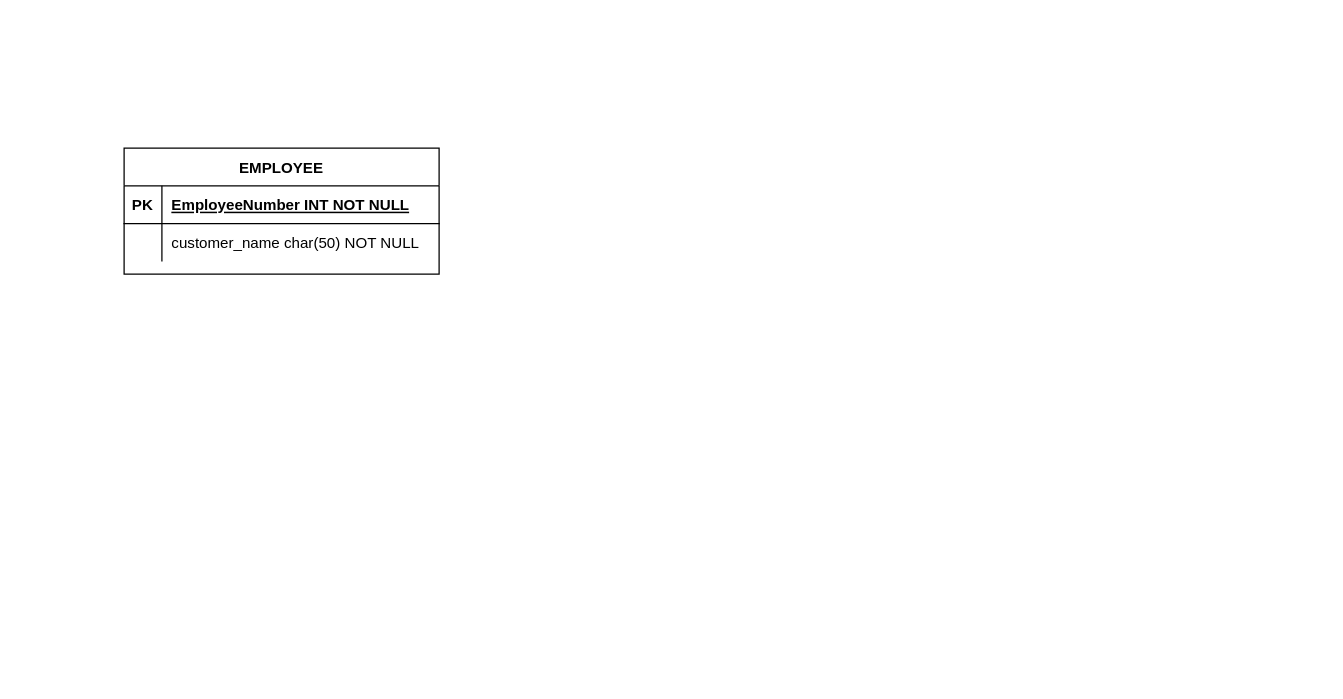
Before: Project_Question_5.drawio in SaiAnjesh/Relational-DBMS, a draw.io diagram. Source tidied: cells renumbered, new cells numbered last; positions are measured from the earlier drawing's top-left corner, leaving out a move shared by most shapes. Both pictures are drawn from the tidied source at 126%, with x=0, y=0 at pixel (123, 147).
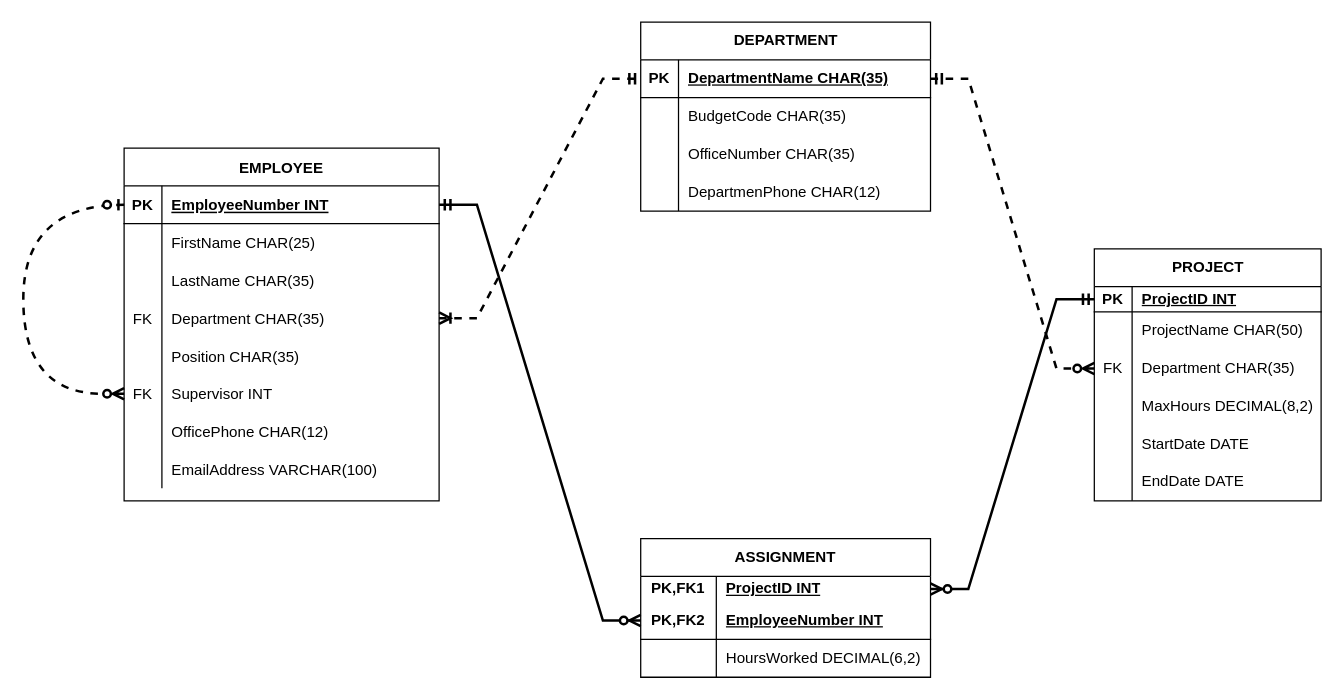
After the change.

Unchanged cells that the change refers to:
```xml
<mxCell id="3" style="shape=partialRectangle;fillColor=none;points=[[0,0.5],[1,0.5]];portConstraint=eastwest;top=0;left=0;right=0;bottom=1;" parent="2" vertex="1">
  <mxGeometry y="30" width="250" height="30" as="geometry" />
</mxCell>
<mxCell id="6" style="shape=partialRectangle;fillColor=none;top=0;left=0;right=0;bottom=0;" parent="2" vertex="1">
  <mxGeometry y="60" width="250" height="30" as="geometry" />
</mxCell>
```

The edit, as a diff of the source:
```diff
@@
-    <mxCell id="2" value="EMPLOYEE" style="shape=table;startSize=30;childLayout=tableLayout;rowLines=0;fontStyle=1;align=center;" parent="1" vertex="1">
-      <mxGeometry width="250" height="100" as="geometry" />
+    <mxCell id="2" value="EMPLOYEE" style="shape=table;startSize=30;childLayout=tableLayout;rowLines=0;fontStyle=1;align=center;labelBackgroundColor=default;" parent="1" vertex="1">
+      <mxGeometry width="250" height="280" as="geometry" />
     </mxCell>
@@
-    <mxCell id="5" value="EmployeeNumber INT NOT NULL" style="shape=partialRectangle;overflow=hidden;fillColor=none;top=0;left=0;bottom=0;right=0;align=left;spacingLeft=6;fontStyle=5;" parent="3" vertex="1">
+    <mxCell id="5" value="EmployeeNumber INT" style="shape=partialRectangle;overflow=hidden;fillColor=none;top=0;left=0;bottom=0;right=0;align=left;spacingLeft=6;fontStyle=5;" parent="3" vertex="1">
       <mxGeometry x="30" width="220" height="30" as="geometry" />
     </mxCell>
@@
-    <mxCell id="8" value="customer_name char(50) NOT NULL" style="shape=partialRectangle;overflow=hidden;fillColor=none;top=0;left=0;bottom=0;right=0;align=left;spacingLeft=6;" parent="6" vertex="1">
+    <mxCell id="8" value="FirstName CHAR(25) " style="shape=partialRectangle;overflow=hidden;fillColor=none;top=0;left=0;bottom=0;right=0;align=left;spacingLeft=6;" parent="6" vertex="1">
       <mxGeometry x="30" width="220" height="30" as="geometry" />
     </mxCell>
+    <mxCell id="9" style="shape=partialRectangle;fillColor=none;top=0;left=0;right=0;bottom=0;" parent="2" vertex="1">
+      <mxGeometry y="90" width="250" height="30" as="geometry" />
+    </mxCell>
+    <mxCell id="10" style="shape=partialRectangle;overflow=hidden;fillColor=none;top=0;left=0;bottom=0;right=0;" parent="9" vertex="1">
+      <mxGeometry width="30" height="30" as="geometry" />
+    </mxCell>
+    <mxCell id="11" value="LastName CHAR(35)" style="shape=partialRectangle;overflow=hidden;fillColor=none;top=0;left=0;bottom=0;right=0;align=left;spacingLeft=6;" parent="9" vertex="1">
+      <mxGeometry x="30" width="220" height="30" as="geometry" />
+    </mxCell>
+    <mxCell id="12" style="shape=partialRectangle;fillColor=none;points=[[0,0.5],[1,0.5]];portConstraint=eastwest;top=0;left=0;right=0;bottom=0;" parent="2" vertex="1">
+      <mxGeometry y="120" width="250" height="30" as="geometry" />
+    </mxCell>
+    <mxCell id="13" value="FK" style="shape=partialRectangle;overflow=hidden;fillColor=none;top=0;left=0;bottom=0;right=0;" parent="12" vertex="1">
+      <mxGeometry width="30" height="30" as="geometry" />
+    </mxCell>
+    <mxCell id="14" value="Department CHAR(35)" style="shape=partialRectangle;overflow=hidden;fillColor=none;top=0;left=0;bottom=0;right=0;align=left;spacingLeft=6;" parent="12" vertex="1">
+      <mxGeometry x="30" width="220" height="30" as="geometry" />
+    </mxCell>
+    <mxCell id="15" style="shape=partialRectangle;fillColor=none;top=0;left=0;right=0;bottom=0;" parent="2" vertex="1">
+      <mxGeometry y="150" width="250" height="30" as="geometry" />
+    </mxCell>
+    <mxCell id="16" style="shape=partialRectangle;overflow=hidden;fillColor=none;top=0;left=0;bottom=0;right=0;" parent="15" vertex="1">
+      <mxGeometry width="30" height="30" as="geometry" />
+    </mxCell>
+    <mxCell id="17" value="Position CHAR(35)" style="shape=partialRectangle;overflow=hidden;fillColor=none;top=0;left=0;bottom=0;right=0;align=left;spacingLeft=6;" parent="15" vertex="1">
+      <mxGeometry x="30" width="220" height="30" as="geometry" />
+    </mxCell>
+    <mxCell id="18" style="shape=partialRectangle;fillColor=none;points=[[0,0.5],[1,0.5]];portConstraint=eastwest;top=0;left=0;right=0;bottom=0;" parent="2" vertex="1">
+      <mxGeometry y="180" width="250" height="30" as="geometry" />
+    </mxCell>
+    <mxCell id="19" value="FK" style="shape=partialRectangle;overflow=hidden;fillColor=none;top=0;left=0;bottom=0;right=0;" parent="18" vertex="1">
+      <mxGeometry width="30" height="30" as="geometry" />
+    </mxCell>
+    <mxCell id="20" value="Supervisor INT" style="shape=partialRectangle;overflow=hidden;fillColor=none;top=0;left=0;bottom=0;right=0;align=left;spacingLeft=6;" parent="18" vertex="1">
+      <mxGeometry x="30" width="220" height="30" as="geometry" />
+    </mxCell>
+    <mxCell id="21" style="shape=partialRectangle;fillColor=none;top=0;left=0;right=0;bottom=0;" parent="2" vertex="1">
+      <mxGeometry y="210" width="250" height="30" as="geometry" />
+    </mxCell>
+    <mxCell id="22" style="shape=partialRectangle;overflow=hidden;fillColor=none;top=0;left=0;bottom=0;right=0;" parent="21" vertex="1">
+      <mxGeometry width="30" height="30" as="geometry" />
+    </mxCell>
+    <mxCell id="23" value="OfficePhone CHAR(12)" style="shape=partialRectangle;overflow=hidden;fillColor=none;top=0;left=0;bottom=0;right=0;align=left;spacingLeft=6;" parent="21" vertex="1">
+      <mxGeometry x="30" width="220" height="30" as="geometry" />
+    </mxCell>
+    <mxCell id="24" style="shape=partialRectangle;fillColor=none;top=0;left=0;right=0;bottom=0;" parent="2" vertex="1">
+      <mxGeometry y="240" width="250" height="30" as="geometry" />
+    </mxCell>
+    <mxCell id="25" style="shape=partialRectangle;overflow=hidden;fillColor=none;top=0;left=0;bottom=0;right=0;" parent="24" vertex="1">
+      <mxGeometry width="30" height="30" as="geometry" />
+    </mxCell>
+    <mxCell id="26" value="EmailAddress VARCHAR(100)" style="shape=partialRectangle;overflow=hidden;fillColor=none;top=0;left=0;bottom=0;right=0;align=left;spacingLeft=6;" parent="24" vertex="1">
+      <mxGeometry x="30" width="220" height="30" as="geometry" />
+    </mxCell>
+    <mxCell id="27" style="edgeStyle=orthogonalEdgeStyle;fontSize=12;html=1;endArrow=ERzeroToMany;startArrow=ERzeroToOne;rounded=0;curved=1;exitX=0;exitY=0.5;exitDx=0;exitDy=0;entryX=0;entryY=0.5;entryDx=0;entryDy=0;strokeWidth=2;dashed=1;endFill=0;" parent="2" edge="1" source="3" target="18">
+      <mxGeometry relative="1" as="geometry">
+        <Array as="points">
+          <mxPoint x="-80" y="45" />
+          <mxPoint x="-80" y="195" />
+        </Array>
+      </mxGeometry>
+    </mxCell>
+    <mxCell id="28" value="DEPARTMENT" style="shape=table;startSize=30;childLayout=tableLayout;rowLines=0;fontStyle=1;align=center;html=1;" parent="1" vertex="1">
+      <mxGeometry x="410" y="-100" width="230" height="150" as="geometry" />
+    </mxCell>
+    <mxCell id="29" style="shape=tableRow;horizontal=0;startSize=0;swimlaneHead=0;swimlaneBody=0;fillColor=none;points=[[0,0.5],[1,0.5]];portConstraint=eastwest;top=0;left=0;right=0;bottom=1;" parent="28" vertex="1">
+      <mxGeometry y="30" width="230" height="30" as="geometry" />
+    </mxCell>
+    <mxCell id="30" value="PK" style="shape=partialRectangle;fillColor=none;top=0;left=0;bottom=0;right=0;fontStyle=1;overflow=hidden;whiteSpace=wrap;html=1;" parent="29" vertex="1">
+      <mxGeometry width="30" height="30" as="geometry" />
+    </mxCell>
+    <mxCell id="31" value="DepartmentName CHAR(35)" style="shape=partialRectangle;fillColor=none;top=0;left=0;bottom=0;right=0;align=left;spacingLeft=6;fontStyle=5;overflow=hidden;whiteSpace=wrap;html=1;" parent="29" vertex="1">
+      <mxGeometry x="30" width="200" height="30" as="geometry" />
+    </mxCell>
+    <mxCell id="32" style="shape=tableRow;horizontal=0;startSize=0;swimlaneHead=0;swimlaneBody=0;fillColor=none;top=0;left=0;right=0;bottom=0;" parent="28" vertex="1">
+      <mxGeometry y="60" width="230" height="30" as="geometry" />
+    </mxCell>
+    <mxCell id="33" style="shape=partialRectangle;fillColor=none;top=0;left=0;bottom=0;right=0;overflow=hidden;whiteSpace=wrap;html=1;" parent="32" vertex="1">
+      <mxGeometry width="30" height="30" as="geometry" />
+    </mxCell>
+    <mxCell id="34" value="BudgetCode CHAR(35)" style="shape=partialRectangle;fillColor=none;top=0;left=0;bottom=0;right=0;align=left;spacingLeft=6;overflow=hidden;whiteSpace=wrap;html=1;" parent="32" vertex="1">
+      <mxGeometry x="30" width="200" height="30" as="geometry" />
+    </mxCell>
+    <mxCell id="35" style="shape=tableRow;horizontal=0;startSize=0;swimlaneHead=0;swimlaneBody=0;fillColor=none;top=0;left=0;right=0;bottom=0;" parent="28" vertex="1">
+      <mxGeometry y="90" width="230" height="30" as="geometry" />
+    </mxCell>
+    <mxCell id="36" style="shape=partialRectangle;fillColor=none;top=0;left=0;bottom=0;right=0;overflow=hidden;whiteSpace=wrap;html=1;" parent="35" vertex="1">
+      <mxGeometry width="30" height="30" as="geometry" />
+    </mxCell>
+    <mxCell id="37" value="OfficeNumber CHAR(35)" style="shape=partialRectangle;fillColor=none;top=0;left=0;bottom=0;right=0;align=left;spacingLeft=6;overflow=hidden;whiteSpace=wrap;html=1;" parent="35" vertex="1">
+      <mxGeometry x="30" width="200" height="30" as="geometry" />
+    </mxCell>
+    <mxCell id="38" style="shape=tableRow;horizontal=0;startSize=0;swimlaneHead=0;swimlaneBody=0;fillColor=none;top=0;left=0;right=0;bottom=0;" parent="28" vertex="1">
+      <mxGeometry y="120" width="230" height="30" as="geometry" />
+    </mxCell>
+    <mxCell id="39" style="shape=partialRectangle;fillColor=none;top=0;left=0;bottom=0;right=0;overflow=hidden;whiteSpace=wrap;html=1;" parent="38" vertex="1">
+      <mxGeometry width="30" height="30" as="geometry" />
+    </mxCell>
+    <mxCell id="40" value="DepartmenPhone CHAR(12)" style="shape=partialRectangle;fillColor=none;top=0;left=0;bottom=0;right=0;align=left;spacingLeft=6;overflow=hidden;whiteSpace=wrap;html=1;" parent="38" vertex="1">
+      <mxGeometry x="30" width="200" height="30" as="geometry" />
+    </mxCell>
+    <mxCell id="41" style="edgeStyle=entityRelationEdgeStyle;fontSize=12;html=1;endArrow=ERmandOne;startArrow=ERoneToMany;rounded=0;exitX=1;exitY=0.5;exitDx=0;exitDy=0;endFill=0;entryX=0;entryY=0.5;entryDx=0;entryDy=0;shadow=0;strokeWidth=2;startFill=0;dashed=1;" parent="1" edge="1" source="12" target="29">
+      <mxGeometry relative="1" as="geometry">
+        <Array as="points">
+          <mxPoint x="390" y="120" />
+        </Array>
+      </mxGeometry>
+    </mxCell>
+    <mxCell id="42" value="ASSIGNMENT" style="shape=table;startSize=30;childLayout=tableLayout;rowLines=0;fontStyle=1;align=center;html=1;whiteSpace=wrap;" parent="1" vertex="1">
+      <mxGeometry x="410" y="310" width="230" height="110" as="geometry" />
+    </mxCell>
+    <mxCell id="43" style="shape=tableRow;horizontal=0;startSize=0;swimlaneHead=0;swimlaneBody=0;fillColor=none;points=[[0,0.5],[1,0.5]];portConstraint=eastwest;top=0;left=0;right=0;bottom=0;html=1;" parent="42" vertex="1">
+      <mxGeometry y="30" width="230" height="20" as="geometry" />
+    </mxCell>
+    <mxCell id="44" value="PK,FK1" style="shape=partialRectangle;fillColor=none;top=0;left=0;bottom=0;right=0;fontStyle=1;overflow=hidden;html=1;whiteSpace=wrap;" parent="43" vertex="1">
+      <mxGeometry width="60" height="20" as="geometry" />
+    </mxCell>
+    <mxCell id="45" value="ProjectID INT" style="shape=partialRectangle;fillColor=none;top=0;left=0;bottom=0;right=0;align=left;spacingLeft=6;fontStyle=5;overflow=hidden;html=1;whiteSpace=wrap;" parent="43" vertex="1">
+      <mxGeometry x="60" width="170" height="20" as="geometry" />
+    </mxCell>
+    <mxCell id="46" style="shape=tableRow;horizontal=0;startSize=0;swimlaneHead=0;swimlaneBody=0;fillColor=none;points=[[0,0.5],[1,0.5]];portConstraint=eastwest;top=0;left=0;right=0;bottom=1;html=1;" parent="42" vertex="1">
+      <mxGeometry y="50" width="230" height="30" as="geometry" />
+    </mxCell>
+    <mxCell id="47" value="PK,FK2" style="shape=partialRectangle;fillColor=none;top=0;left=0;bottom=0;right=0;fontStyle=1;overflow=hidden;html=1;whiteSpace=wrap;" parent="46" vertex="1">
+      <mxGeometry width="60" height="30" as="geometry" />
+    </mxCell>
+    <mxCell id="48" value="EmployeeNumber INT" style="shape=partialRectangle;fillColor=none;top=0;left=0;bottom=0;right=0;align=left;spacingLeft=6;fontStyle=5;overflow=hidden;html=1;whiteSpace=wrap;" parent="46" vertex="1">
+      <mxGeometry x="60" width="170" height="30" as="geometry" />
+    </mxCell>
+    <mxCell id="49" style="shape=tableRow;horizontal=0;startSize=0;swimlaneHead=0;swimlaneBody=0;fillColor=none;top=0;left=0;right=0;bottom=0;html=1;" parent="42" vertex="1">
+      <mxGeometry y="80" width="230" height="30" as="geometry" />
+    </mxCell>
+    <mxCell id="50" style="shape=partialRectangle;fillColor=none;top=0;left=0;bottom=0;right=0;overflow=hidden;html=1;whiteSpace=wrap;" parent="49" vertex="1">
+      <mxGeometry width="60" height="30" as="geometry" />
+    </mxCell>
+    <mxCell id="51" value="HoursWorked DECIMAL(6,2)" style="shape=partialRectangle;fillColor=none;top=0;left=0;bottom=0;right=0;align=left;spacingLeft=6;overflow=hidden;html=1;whiteSpace=wrap;" parent="49" vertex="1">
+      <mxGeometry x="60" width="170" height="30" as="geometry" />
+    </mxCell>
+    <mxCell id="52" value="PROJECT" style="shape=table;startSize=30;childLayout=tableLayout;rowLines=0;fontStyle=1;align=center;html=1;" parent="1" vertex="1">
+      <mxGeometry x="770" y="80" width="180" height="200" as="geometry" />
+    </mxCell>
+    <mxCell id="53" style="shape=tableRow;horizontal=0;startSize=0;swimlaneHead=0;swimlaneBody=0;fillColor=none;points=[[0,0.5],[1,0.5]];portConstraint=eastwest;top=0;left=0;right=0;bottom=1;" parent="52" vertex="1">
+      <mxGeometry y="30" width="180" height="20" as="geometry" />
+    </mxCell>
+    <mxCell id="54" value="PK" style="shape=partialRectangle;fillColor=none;top=0;left=0;bottom=0;right=0;fontStyle=1;overflow=hidden;whiteSpace=wrap;html=1;" parent="53" vertex="1">
+      <mxGeometry width="30" height="20" as="geometry" />
+    </mxCell>
+    <mxCell id="55" value="ProjectID INT" style="shape=partialRectangle;fillColor=none;top=0;left=0;bottom=0;right=0;align=left;spacingLeft=6;fontStyle=5;overflow=hidden;whiteSpace=wrap;html=1;" parent="53" vertex="1">
+      <mxGeometry x="30" width="150" height="20" as="geometry" />
+    </mxCell>
+    <mxCell id="56" style="shape=tableRow;horizontal=0;startSize=0;swimlaneHead=0;swimlaneBody=0;fillColor=none;top=0;left=0;right=0;bottom=0;" parent="52" vertex="1">
+      <mxGeometry y="50" width="180" height="30" as="geometry" />
+    </mxCell>
+    <mxCell id="57" style="shape=partialRectangle;fillColor=none;top=0;left=0;bottom=0;right=0;overflow=hidden;whiteSpace=wrap;html=1;" parent="56" vertex="1">
+      <mxGeometry width="30" height="30" as="geometry" />
+    </mxCell>
+    <mxCell id="58" value="ProjectName CHAR(50)" style="shape=partialRectangle;fillColor=none;top=0;left=0;bottom=0;right=0;align=left;spacingLeft=6;overflow=hidden;whiteSpace=wrap;html=1;" parent="56" vertex="1">
+      <mxGeometry x="30" width="150" height="30" as="geometry" />
+    </mxCell>
+    <mxCell id="59" style="shape=tableRow;horizontal=0;startSize=0;swimlaneHead=0;swimlaneBody=0;fillColor=none;points=[[0,0.5],[1,0.5]];portConstraint=eastwest;top=0;left=0;right=0;bottom=0;" parent="52" vertex="1">
+      <mxGeometry y="80" width="180" height="30" as="geometry" />
+    </mxCell>
+    <mxCell id="60" value="FK" style="shape=partialRectangle;fillColor=none;top=0;left=0;bottom=0;right=0;overflow=hidden;whiteSpace=wrap;html=1;" parent="59" vertex="1">
+      <mxGeometry width="30" height="30" as="geometry" />
+    </mxCell>
+    <mxCell id="61" value="Department CHAR(35)" style="shape=partialRectangle;fillColor=none;top=0;left=0;bottom=0;right=0;align=left;spacingLeft=6;overflow=hidden;whiteSpace=wrap;html=1;" parent="59" vertex="1">
+      <mxGeometry x="30" width="150" height="30" as="geometry" />
+    </mxCell>
+    <mxCell id="62" style="shape=tableRow;horizontal=0;startSize=0;swimlaneHead=0;swimlaneBody=0;fillColor=none;top=0;left=0;right=0;bottom=0;" parent="52" vertex="1">
+      <mxGeometry y="110" width="180" height="30" as="geometry" />
+    </mxCell>
+    <mxCell id="63" style="shape=partialRectangle;fillColor=none;top=0;left=0;bottom=0;right=0;overflow=hidden;whiteSpace=wrap;html=1;" parent="62" vertex="1">
+      <mxGeometry width="30" height="30" as="geometry" />
+    </mxCell>
+    <mxCell id="64" value="MaxHours DECIMAL(8,2)" style="shape=partialRectangle;fillColor=none;top=0;left=0;bottom=0;right=0;align=left;spacingLeft=6;overflow=hidden;whiteSpace=wrap;html=1;" parent="62" vertex="1">
+      <mxGeometry x="30" width="150" height="30" as="geometry" />
+    </mxCell>
+    <mxCell id="65" style="shape=tableRow;horizontal=0;startSize=0;swimlaneHead=0;swimlaneBody=0;fillColor=none;top=0;left=0;right=0;bottom=0;" parent="52" vertex="1">
+      <mxGeometry y="140" width="180" height="30" as="geometry" />
+    </mxCell>
+    <mxCell id="66" style="shape=partialRectangle;fillColor=none;top=0;left=0;bottom=0;right=0;overflow=hidden;whiteSpace=wrap;html=1;" parent="65" vertex="1">
+      <mxGeometry width="30" height="30" as="geometry" />
+    </mxCell>
+    <mxCell id="67" value="StartDate DATE" style="shape=partialRectangle;fillColor=none;top=0;left=0;bottom=0;right=0;align=left;spacingLeft=6;overflow=hidden;whiteSpace=wrap;html=1;" parent="65" vertex="1">
+      <mxGeometry x="30" width="150" height="30" as="geometry" />
+    </mxCell>
+    <mxCell id="68" style="shape=tableRow;horizontal=0;startSize=0;swimlaneHead=0;swimlaneBody=0;fillColor=none;top=0;left=0;right=0;bottom=0;" parent="52" vertex="1">
+      <mxGeometry y="170" width="180" height="30" as="geometry" />
+    </mxCell>
+    <mxCell id="69" style="shape=partialRectangle;fillColor=none;top=0;left=0;bottom=0;right=0;overflow=hidden;whiteSpace=wrap;html=1;" parent="68" vertex="1">
+      <mxGeometry width="30" height="30" as="geometry" />
+    </mxCell>
+    <mxCell id="70" value="EndDate DATE" style="shape=partialRectangle;fillColor=none;top=0;left=0;bottom=0;right=0;align=left;spacingLeft=6;overflow=hidden;whiteSpace=wrap;html=1;" parent="68" vertex="1">
+      <mxGeometry x="30" width="150" height="30" as="geometry" />
+    </mxCell>
+    <mxCell id="71" style="edgeStyle=entityRelationEdgeStyle;fontSize=12;html=1;endArrow=ERzeroToMany;startArrow=ERmandOne;rounded=0;entryX=0;entryY=0.5;entryDx=0;entryDy=0;exitX=1;exitY=0.5;exitDx=0;exitDy=0;strokeWidth=2;dashed=1;endFill=0;" parent="1" edge="1" source="29" target="59">
+      <mxGeometry relative="1" as="geometry" />
+    </mxCell>
+    <mxCell id="72" style="edgeStyle=entityRelationEdgeStyle;fontSize=12;html=1;endArrow=ERzeroToMany;startArrow=ERmandOne;rounded=0;exitX=1;exitY=0.5;exitDx=0;exitDy=0;strokeWidth=2;" parent="1" edge="1" source="3" target="46">
+      <mxGeometry relative="1" as="geometry">
+        <Array as="points">
+          <mxPoint x="340" y="210" />
+        </Array>
+      </mxGeometry>
+    </mxCell>
+    <mxCell id="73" style="edgeStyle=entityRelationEdgeStyle;fontSize=12;html=1;endArrow=ERmandOne;startArrow=ERzeroToMany;rounded=0;exitX=1;exitY=0.5;exitDx=0;exitDy=0;entryX=0;entryY=0.5;entryDx=0;entryDy=0;strokeWidth=2;endFill=0;" parent="1" edge="1" source="43" target="53">
+      <mxGeometry relative="1" as="geometry" />
+    </mxCell>
```
